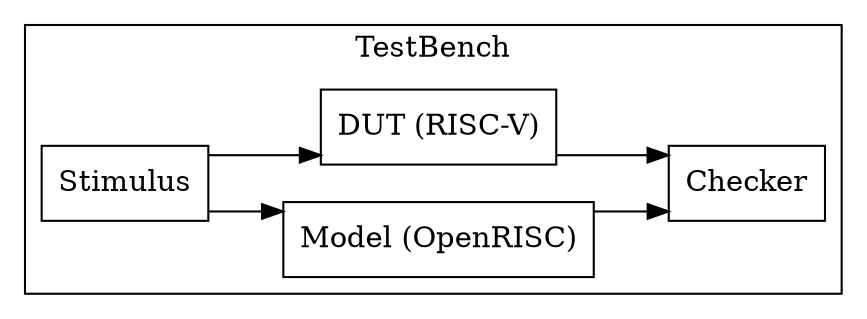
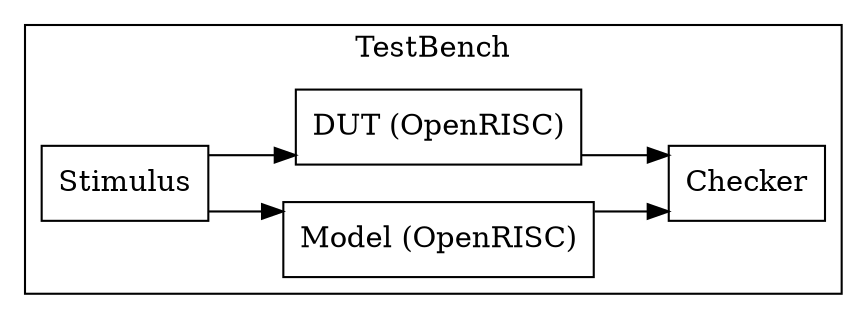
digraph Project {
  // Introduction
  graph [rankdir = LR, splines=ortho];
  node[shape=record];

  // Blocks
  subgraph "cluster TestBench" { label = "TestBench";
    Stimulus[shape=box, label="Stimulus"];
    Model[shape=box, label="Model (OpenRISC)"];
-     DUT[shape=box, label="DUT (RISC-V)"];
+     DUT[shape=box, label="DUT (OpenRISC)"];
    Checker[shape=box, label="Checker"];
  }

  // Sequence
  Stimulus -> Model;
  Stimulus -> DUT;
  Model -> Checker;
  DUT -> Checker;
}
